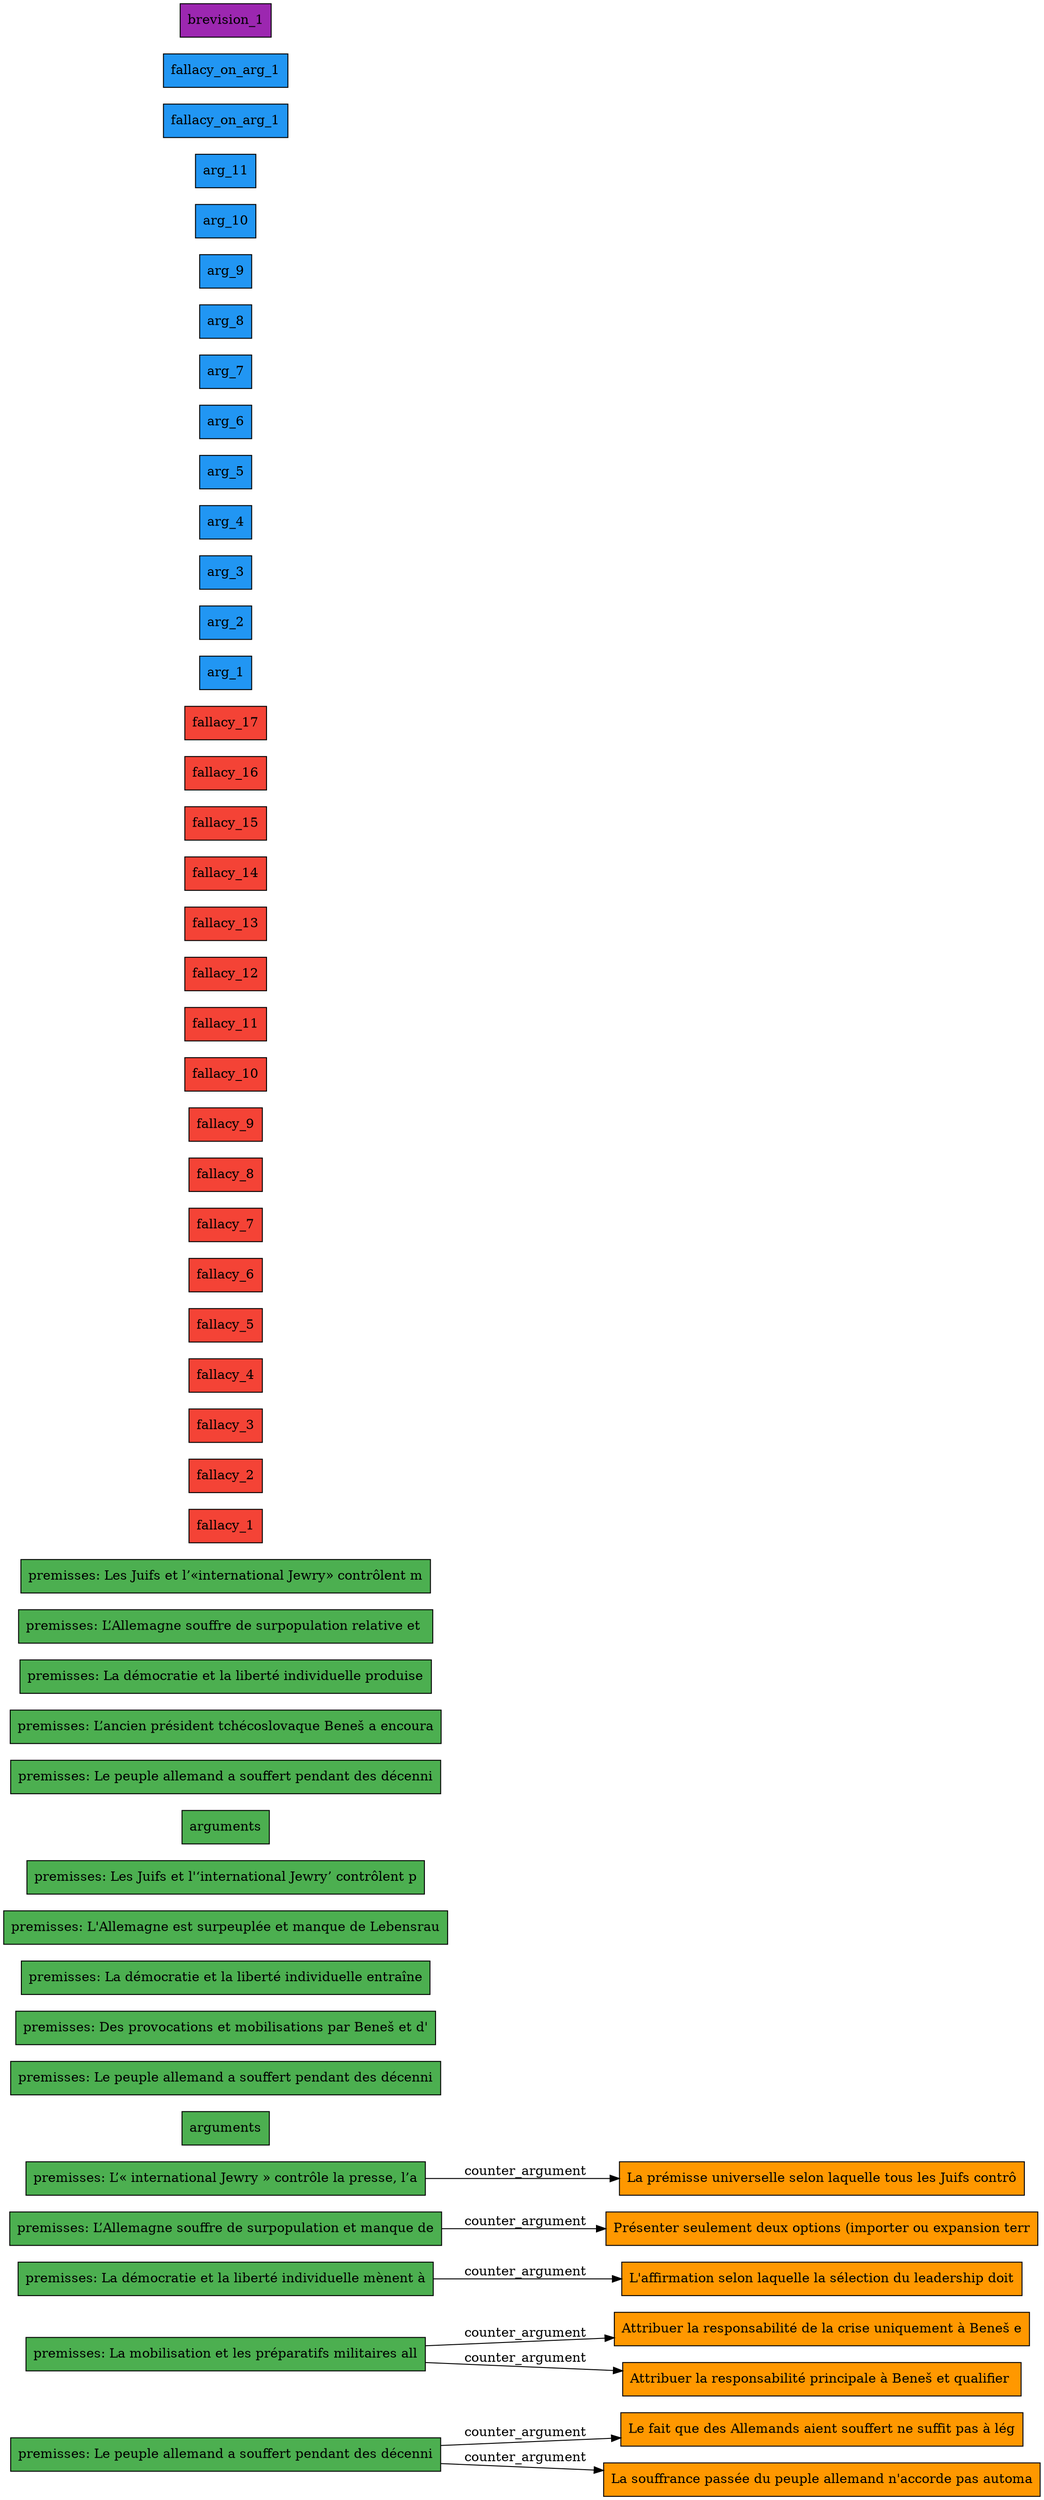
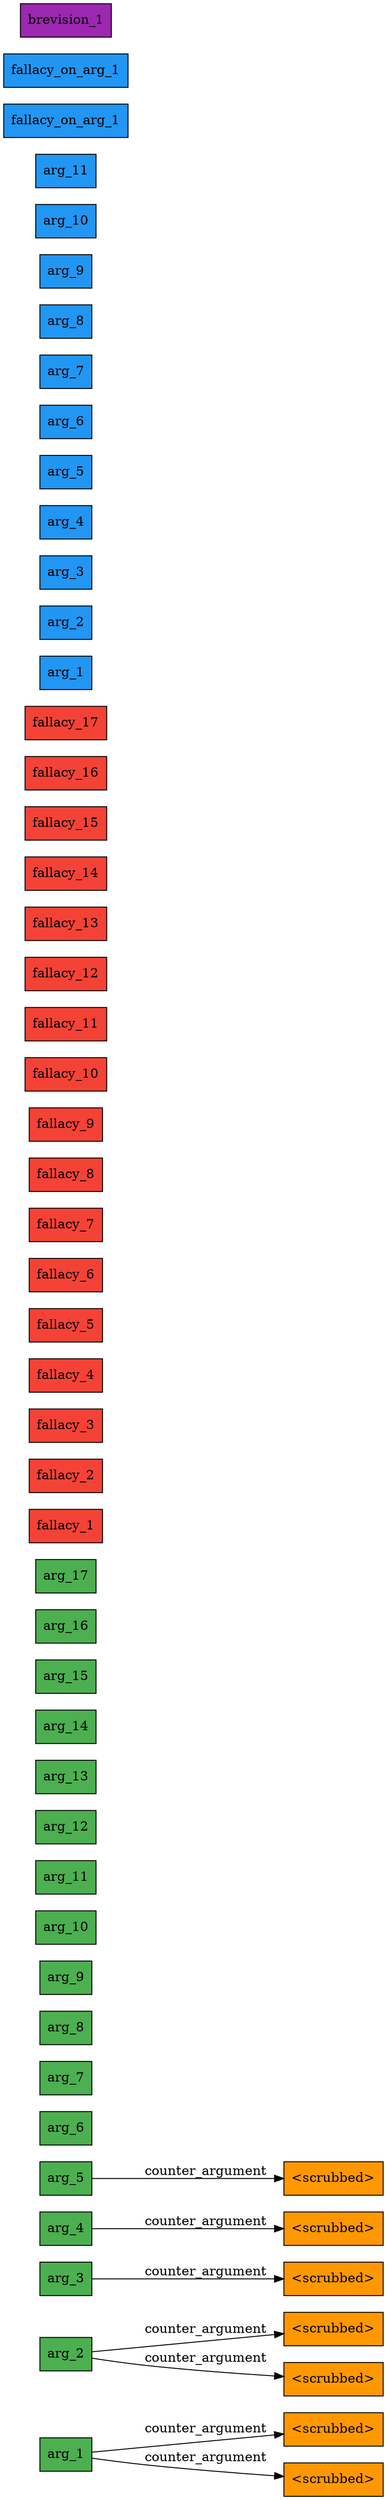
digraph CrossReference {
  rankdir=LR;
  node [shape=box, style=filled];

-   arg_1 [label="premisses: Le peuple allemand a souffert pendant des décenni", fillcolor="#4CAF50"];
-   arg_2 [label="premisses: La mobilisation et les préparatifs militaires all", fillcolor="#4CAF50"];
-   arg_3 [label="premisses: La démocratie et la liberté individuelle mènent à", fillcolor="#4CAF50"];
-   arg_4 [label="premisses: L’Allemagne souffre de surpopulation et manque de", fillcolor="#4CAF50"];
-   arg_5 [label="premisses: L’« international Jewry » contrôle la presse, l’a", fillcolor="#4CAF50"];
-   arg_6 [label="arguments", fillcolor="#4CAF50"];
-   arg_7 [label="premisses: Le peuple allemand a souffert pendant des décenni", fillcolor="#4CAF50"];
-   arg_8 [label="premisses: Des provocations et mobilisations par Beneš et d'", fillcolor="#4CAF50"];
-   arg_9 [label="premisses: La démocratie et la liberté individuelle entraîne", fillcolor="#4CAF50"];
-   arg_10 [label="premisses: L'Allemagne est surpeuplée et manque de Lebensrau", fillcolor="#4CAF50"];
-   arg_11 [label="premisses: Les Juifs et l'‘international Jewry’ contrôlent p", fillcolor="#4CAF50"];
-   arg_12 [label="arguments", fillcolor="#4CAF50"];
-   arg_13 [label="premisses: Le peuple allemand a souffert pendant des décenni", fillcolor="#4CAF50"];
-   arg_14 [label="premisses: L’ancien président tchécoslovaque Beneš a encoura", fillcolor="#4CAF50"];
-   arg_15 [label="premisses: La démocratie et la liberté individuelle produise", fillcolor="#4CAF50"];
-   arg_16 [label="premisses: L’Allemagne souffre de surpopulation relative et ", fillcolor="#4CAF50"];
-   arg_17 [label="premisses: Les Juifs et l’«international Jewry» contrôlent m", fillcolor="#4CAF50"];
+   arg_1 [label="arg_1", fillcolor="#4CAF50"];
+   arg_2 [label="arg_2", fillcolor="#4CAF50"];
+   arg_3 [label="arg_3", fillcolor="#4CAF50"];
+   arg_4 [label="arg_4", fillcolor="#4CAF50"];
+   arg_5 [label="arg_5", fillcolor="#4CAF50"];
+   arg_6 [label="arg_6", fillcolor="#4CAF50"];
+   arg_7 [label="arg_7", fillcolor="#4CAF50"];
+   arg_8 [label="arg_8", fillcolor="#4CAF50"];
+   arg_9 [label="arg_9", fillcolor="#4CAF50"];
+   arg_10 [label="arg_10", fillcolor="#4CAF50"];
+   arg_11 [label="arg_11", fillcolor="#4CAF50"];
+   arg_12 [label="arg_12", fillcolor="#4CAF50"];
+   arg_13 [label="arg_13", fillcolor="#4CAF50"];
+   arg_14 [label="arg_14", fillcolor="#4CAF50"];
+   arg_15 [label="arg_15", fillcolor="#4CAF50"];
+   arg_16 [label="arg_16", fillcolor="#4CAF50"];
+   arg_17 [label="arg_17", fillcolor="#4CAF50"];
  fallacy_1 [label="fallacy_1", fillcolor="#F44336"];
  fallacy_2 [label="fallacy_2", fillcolor="#F44336"];
  fallacy_3 [label="fallacy_3", fillcolor="#F44336"];
  fallacy_4 [label="fallacy_4", fillcolor="#F44336"];
  fallacy_5 [label="fallacy_5", fillcolor="#F44336"];
  fallacy_6 [label="fallacy_6", fillcolor="#F44336"];
  fallacy_7 [label="fallacy_7", fillcolor="#F44336"];
  fallacy_8 [label="fallacy_8", fillcolor="#F44336"];
  fallacy_9 [label="fallacy_9", fillcolor="#F44336"];
  fallacy_10 [label="fallacy_10", fillcolor="#F44336"];
  fallacy_11 [label="fallacy_11", fillcolor="#F44336"];
  fallacy_12 [label="fallacy_12", fillcolor="#F44336"];
  fallacy_13 [label="fallacy_13", fillcolor="#F44336"];
  fallacy_14 [label="fallacy_14", fillcolor="#F44336"];
  fallacy_15 [label="fallacy_15", fillcolor="#F44336"];
  fallacy_16 [label="fallacy_16", fillcolor="#F44336"];
  fallacy_17 [label="fallacy_17", fillcolor="#F44336"];
  jtms_1 [label="arg_1", fillcolor="#2196F3"];
  jtms_2 [label="arg_2", fillcolor="#2196F3"];
  jtms_3 [label="arg_3", fillcolor="#2196F3"];
  jtms_4 [label="arg_4", fillcolor="#2196F3"];
  jtms_5 [label="arg_5", fillcolor="#2196F3"];
  jtms_6 [label="arg_6", fillcolor="#2196F3"];
  jtms_7 [label="arg_7", fillcolor="#2196F3"];
  jtms_8 [label="arg_8", fillcolor="#2196F3"];
  jtms_9 [label="arg_9", fillcolor="#2196F3"];
  jtms_10 [label="arg_10", fillcolor="#2196F3"];
  jtms_11 [label="arg_11", fillcolor="#2196F3"];
  jtms_12 [label="fallacy_on_arg_1", fillcolor="#2196F3"];
  jtms_13 [label="fallacy_on_arg_1", fillcolor="#2196F3"];
  brevision_1 [label="brevision_1", fillcolor="#9C27B0"];
-   ca_1 [label="Le fait que des Allemands aient souffert ne suffit pas à lég", fillcolor="#FF9800"];
-   ca_2 [label="Attribuer la responsabilité de la crise uniquement à Beneš e", fillcolor="#FF9800"];
-   ca_3 [label="L'affirmation selon laquelle la sélection du leadership doit", fillcolor="#FF9800"];
-   ca_4 [label="Présenter seulement deux options (importer ou expansion terr", fillcolor="#FF9800"];
-   ca_5 [label="La prémisse universelle selon laquelle tous les Juifs contrô", fillcolor="#FF9800"];
-   ca_6 [label="La souffrance passée du peuple allemand n'accorde pas automa", fillcolor="#FF9800"];
-   ca_7 [label="Attribuer la responsabilité principale à Beneš et qualifier ", fillcolor="#FF9800"];
+   ca_1 [label="<scrubbed>", fillcolor="#FF9800"];
+   ca_2 [label="<scrubbed>", fillcolor="#FF9800"];
+   ca_3 [label="<scrubbed>", fillcolor="#FF9800"];
+   ca_4 [label="<scrubbed>", fillcolor="#FF9800"];
+   ca_5 [label="<scrubbed>", fillcolor="#FF9800"];
+   ca_6 [label="<scrubbed>", fillcolor="#FF9800"];
+   ca_7 [label="<scrubbed>", fillcolor="#FF9800"];

  arg_1 -> ca_1 [label="counter_argument"];
  arg_2 -> ca_2 [label="counter_argument"];
  arg_3 -> ca_3 [label="counter_argument"];
  arg_4 -> ca_4 [label="counter_argument"];
  arg_5 -> ca_5 [label="counter_argument"];
  arg_1 -> ca_6 [label="counter_argument"];
  arg_2 -> ca_7 [label="counter_argument"];
}